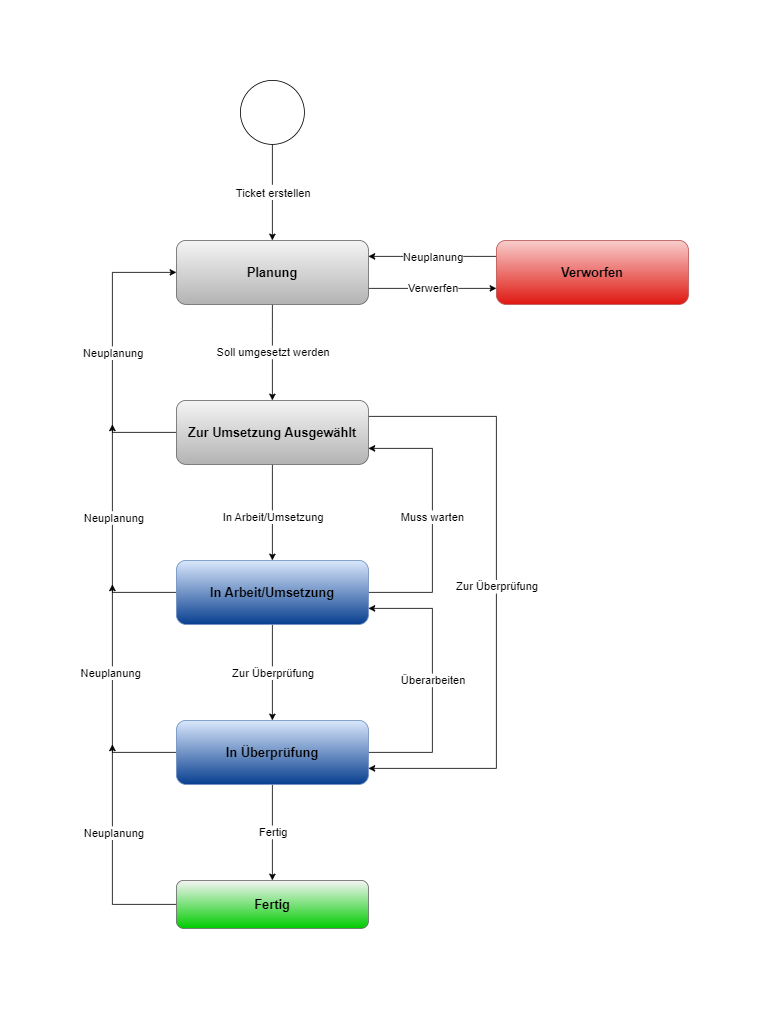
Above: deliverables/Jira_Workflow_-_Bike_sharing_-_grafik.png in sebastiangeiger01/bikesharing (draw.io), before the change. Source tidied: cells renumbered, new cells last; positions are measured from the earlier drawing's top-left corner, leaving out a move shared by most shapes.
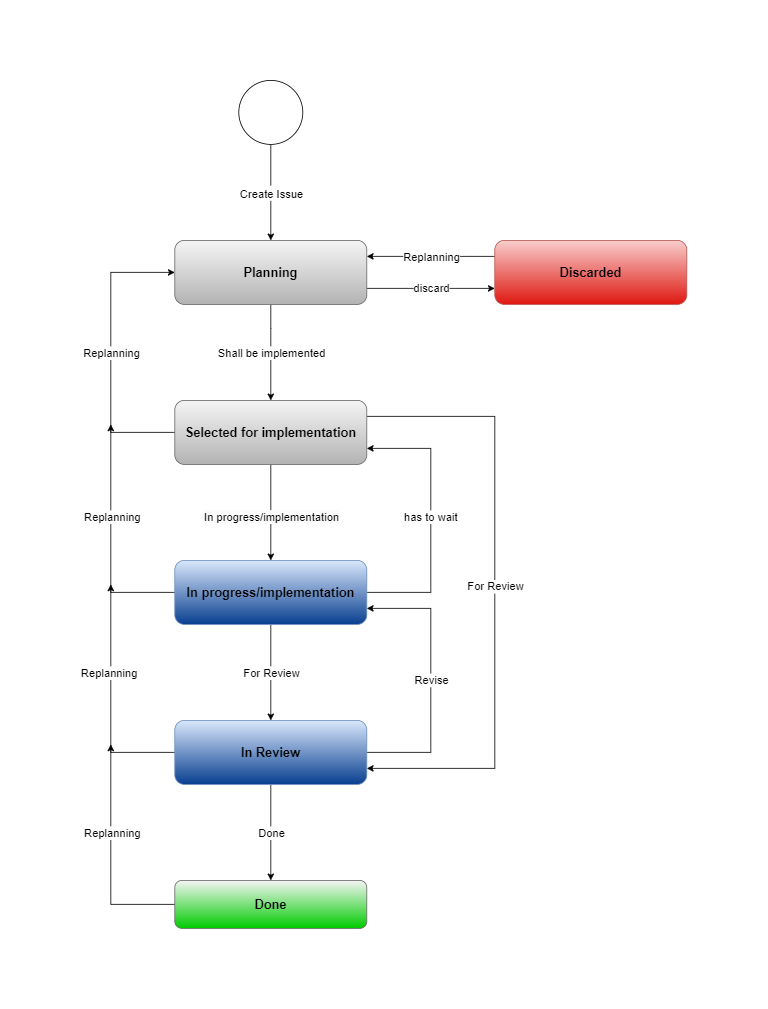
Later version of the same file.

Change to the diagram source:
```diff
@@ -5,7 +5,7 @@
     <mxCell id="2" style="edgeStyle=orthogonalEdgeStyle;rounded=0;jettySize=auto;html=1;entryX=0.5;entryY=0;entryDx=0;entryDy=0;fontSize=16;" parent="1" edge="1" source="4" target="9">
       <mxGeometry relative="1" as="geometry" />
     </mxCell>
-    <mxCell id="3" value="&lt;font style=&quot;font-size: 14px;&quot;&gt;Ticket erstellen&lt;/font&gt;" style="edgeLabel;html=1;align=center;verticalAlign=middle;fontSize=16;" parent="2" vertex="1">
+    <mxCell id="3" value="&lt;font style=&quot;font-size: 14px;&quot;&gt;Create Issue&lt;/font&gt;" style="edgeLabel;html=1;align=center;verticalAlign=middle;fontSize=16;" parent="2" vertex="1">
       <mxGeometry x="0.24" y="1" relative="1" as="geometry">
         <mxPoint x="-1" y="-15" as="offset" />
       </mxGeometry>
@@ -21,7 +21,7 @@
         </Array>
       </mxGeometry>
     </mxCell>
-    <mxCell id="6" value="Verwerfen" style="edgeLabel;html=1;align=center;verticalAlign=middle;fontSize=14;" parent="5" vertex="1">
+    <mxCell id="6" value="discard" style="edgeLabel;html=1;align=center;verticalAlign=middle;fontSize=14;" parent="5" vertex="1">
       <mxGeometry x="-0.21" y="1" relative="1" as="geometry">
         <mxPoint x="17" as="offset" />
       </mxGeometry>
@@ -34,12 +34,12 @@
         </Array>
       </mxGeometry>
     </mxCell>
-    <mxCell id="8" value="Soll umgesetzt werden" style="edgeLabel;html=1;align=center;verticalAlign=middle;fontSize=14;" parent="7" vertex="1">
+    <mxCell id="8" value="Shall be implemented" style="edgeLabel;html=1;align=center;verticalAlign=middle;fontSize=14;" parent="7" vertex="1">
       <mxGeometry x="-0.25" y="-3" relative="1" as="geometry">
         <mxPoint x="3" y="15" as="offset" />
       </mxGeometry>
     </mxCell>
-    <mxCell id="9" value="&lt;font style=&quot;font-size: 16px;&quot;&gt;&lt;b&gt;Planung&lt;/b&gt;&lt;/font&gt;" style="rounded=1;whiteSpace=wrap;html=1;fillColor=#f5f5f5;strokeColor=#666666;gradientColor=#b3b3b3;" parent="1" vertex="1">
+    <mxCell id="9" value="&lt;font style=&quot;font-size: 16px;&quot;&gt;&lt;b&gt;Planning&lt;/b&gt;&lt;/font&gt;" style="rounded=1;whiteSpace=wrap;html=1;fillColor=#f5f5f5;strokeColor=#666666;gradientColor=#b3b3b3;" parent="1" vertex="1">
       <mxGeometry x="80" y="200" width="240" height="80" as="geometry" />
     </mxCell>
     <mxCell id="10" style="edgeStyle=orthogonalEdgeStyle;rounded=0;jettySize=auto;html=1;entryX=0;entryY=0.5;entryDx=0;entryDy=0;fontSize=14;" parent="1" edge="1" source="16" target="9">
@@ -50,7 +50,7 @@
         </Array>
       </mxGeometry>
     </mxCell>
-    <mxCell id="11" value="Neuplanung" style="edgeLabel;html=1;align=center;verticalAlign=middle;fontSize=14;" parent="10" vertex="1">
+    <mxCell id="11" value="Replanning" style="edgeLabel;html=1;align=center;verticalAlign=middle;fontSize=14;" parent="10" vertex="1">
       <mxGeometry x="-0.11" relative="1" as="geometry">
         <mxPoint y="-20" as="offset" />
       </mxGeometry>
@@ -58,7 +58,7 @@
     <mxCell id="12" style="edgeStyle=orthogonalEdgeStyle;rounded=0;jettySize=auto;html=1;entryX=0.5;entryY=0;entryDx=0;entryDy=0;fontSize=14;" parent="1" edge="1" source="16" target="26">
       <mxGeometry relative="1" as="geometry" />
     </mxCell>
-    <mxCell id="13" value="In Arbeit/Umsetzung" style="edgeLabel;html=1;align=center;verticalAlign=middle;fontSize=14;" parent="12" vertex="1">
+    <mxCell id="13" value="&lt;span style=&quot;border-color: var(--border-color); background-color: rgb(251, 251, 251);&quot;&gt;&lt;font style=&quot;font-size: 14px;&quot;&gt;In progress/implementation&lt;/font&gt;&lt;/span&gt;" style="edgeLabel;html=1;align=center;verticalAlign=middle;fontSize=14;" parent="12" vertex="1">
       <mxGeometry x="0.26" relative="1" as="geometry">
         <mxPoint y="-10" as="offset" />
       </mxGeometry>
@@ -71,12 +71,12 @@
         </Array>
       </mxGeometry>
     </mxCell>
-    <mxCell id="15" value="Zur Überprüfung" style="edgeLabel;html=1;align=center;verticalAlign=middle;fontSize=14;" parent="14" vertex="1">
+    <mxCell id="15" value="For Review" style="edgeLabel;html=1;align=center;verticalAlign=middle;fontSize=14;" parent="14" vertex="1">
       <mxGeometry x="-0.36" y="1" relative="1" as="geometry">
         <mxPoint x="-1" y="129" as="offset" />
       </mxGeometry>
     </mxCell>
-    <mxCell id="16" value="&lt;font style=&quot;font-size: 16px;&quot;&gt;&lt;b&gt;Zur Umsetzung Ausgewählt&lt;/b&gt;&lt;/font&gt;" style="rounded=1;whiteSpace=wrap;html=1;fillColor=#f5f5f5;gradientColor=#b3b3b3;strokeColor=#666666;" parent="1" vertex="1">
+    <mxCell id="16" value="&lt;font style=&quot;font-size: 16px;&quot;&gt;&lt;b&gt;Selected for implementation&lt;/b&gt;&lt;/font&gt;" style="rounded=1;whiteSpace=wrap;html=1;fillColor=#f5f5f5;gradientColor=#b3b3b3;strokeColor=#666666;" parent="1" vertex="1">
       <mxGeometry x="80" y="400" width="240" height="80" as="geometry" />
     </mxCell>
     <mxCell id="17" style="edgeStyle=orthogonalEdgeStyle;rounded=0;jettySize=auto;html=1;fontSize=14;" parent="1" edge="1" source="19">
@@ -84,12 +84,12 @@
         <mxPoint y="830" as="targetPoint" />
       </mxGeometry>
     </mxCell>
-    <mxCell id="18" value="Neuplanung" style="edgeLabel;html=1;align=center;verticalAlign=middle;fontSize=14;" parent="17" vertex="1">
+    <mxCell id="18" value="Replanning" style="edgeLabel;html=1;align=center;verticalAlign=middle;fontSize=14;" parent="17" vertex="1">
       <mxGeometry x="0.09" y="-1" relative="1" as="geometry">
         <mxPoint y="-17" as="offset" />
       </mxGeometry>
     </mxCell>
-    <mxCell id="19" value="&lt;b&gt;&lt;font style=&quot;font-size: 16px;&quot;&gt;Fertig&lt;/font&gt;&lt;/b&gt;" style="rounded=1;whiteSpace=wrap;html=1;fillColor=#f5f5f5;gradientColor=#00CC00;strokeColor=#666666;" parent="1" vertex="1">
+    <mxCell id="19" value="&lt;b&gt;&lt;font style=&quot;font-size: 16px;&quot;&gt;Done&lt;/font&gt;&lt;/b&gt;" style="rounded=1;whiteSpace=wrap;html=1;fillColor=#f5f5f5;gradientColor=#00CC00;strokeColor=#666666;" parent="1" vertex="1">
       <mxGeometry x="80" y="1000" width="240" height="60" as="geometry" />
     </mxCell>
     <mxCell id="20" style="edgeStyle=orthogonalEdgeStyle;rounded=0;jettySize=auto;html=1;fontSize=14;" parent="1" edge="1" source="26">
@@ -97,7 +97,7 @@
         <mxPoint y="430" as="targetPoint" />
       </mxGeometry>
     </mxCell>
-    <mxCell id="21" value="Neuplanung" style="edgeLabel;html=1;align=center;verticalAlign=middle;fontSize=14;" parent="20" vertex="1">
+    <mxCell id="21" value="Replanning" style="edgeLabel;html=1;align=center;verticalAlign=middle;fontSize=14;" parent="20" vertex="1">
       <mxGeometry x="0.16" y="-1" relative="1" as="geometry">
         <mxPoint y="-7" as="offset" />
       </mxGeometry>
@@ -105,7 +105,7 @@
     <mxCell id="22" style="edgeStyle=orthogonalEdgeStyle;rounded=0;jettySize=auto;html=1;entryX=0.5;entryY=0;entryDx=0;entryDy=0;fontSize=14;" parent="1" edge="1" source="26" target="33">
       <mxGeometry relative="1" as="geometry" />
     </mxCell>
-    <mxCell id="23" value="Zur Überprüfung" style="edgeLabel;html=1;align=center;verticalAlign=middle;fontSize=14;" parent="22" vertex="1">
+    <mxCell id="23" value="For Review" style="edgeLabel;html=1;align=center;verticalAlign=middle;fontSize=14;" parent="22" vertex="1">
       <mxGeometry x="0.23" y="-3" relative="1" as="geometry">
         <mxPoint x="3" y="-14" as="offset" />
       </mxGeometry>
@@ -118,12 +118,12 @@
         </Array>
       </mxGeometry>
     </mxCell>
-    <mxCell id="25" value="Muss warten" style="edgeLabel;html=1;align=center;verticalAlign=middle;fontSize=14;" parent="24" vertex="1">
+    <mxCell id="25" value="has to wait" style="edgeLabel;html=1;align=center;verticalAlign=middle;fontSize=14;" parent="24" vertex="1">
       <mxGeometry x="0.08" y="1" relative="1" as="geometry">
         <mxPoint y="8" as="offset" />
       </mxGeometry>
     </mxCell>
-    <mxCell id="26" value="&lt;font style=&quot;font-size: 16px;&quot;&gt;&lt;b&gt;In Arbeit/Umsetzung&lt;/b&gt;&lt;/font&gt;" style="rounded=1;whiteSpace=wrap;html=1;fillColor=#dae8fc;gradientColor=#093f90;strokeColor=#6c8ebf;" parent="1" vertex="1">
+    <mxCell id="26" value="&lt;font style=&quot;font-size: 16px;&quot;&gt;&lt;b&gt;In progress/implementation&lt;/b&gt;&lt;/font&gt;" style="rounded=1;whiteSpace=wrap;html=1;fillColor=#dae8fc;gradientColor=#093f90;strokeColor=#6c8ebf;" parent="1" vertex="1">
       <mxGeometry x="80" y="600" width="240" height="80" as="geometry" />
     </mxCell>
     <mxCell id="27" style="edgeStyle=orthogonalEdgeStyle;rounded=0;jettySize=auto;html=1;fontSize=14;" parent="1" edge="1" source="33">
@@ -131,7 +131,7 @@
         <mxPoint y="630" as="targetPoint" />
       </mxGeometry>
     </mxCell>
-    <mxCell id="28" value="Neuplanung" style="edgeLabel;html=1;align=center;verticalAlign=middle;fontSize=14;" parent="27" vertex="1">
+    <mxCell id="28" value="Replanning" style="edgeLabel;html=1;align=center;verticalAlign=middle;fontSize=14;" parent="27" vertex="1">
       <mxGeometry x="0.13" y="3" relative="1" as="geometry">
         <mxPoint y="-17" as="offset" />
       </mxGeometry>
@@ -139,7 +139,7 @@
     <mxCell id="29" style="edgeStyle=orthogonalEdgeStyle;rounded=0;jettySize=auto;html=1;entryX=0.5;entryY=0;entryDx=0;entryDy=0;fontSize=14;" parent="1" edge="1" source="33" target="19">
       <mxGeometry relative="1" as="geometry" />
     </mxCell>
-    <mxCell id="30" value="Fertig" style="edgeLabel;html=1;align=center;verticalAlign=middle;fontSize=14;" parent="29" vertex="1">
+    <mxCell id="30" value="Done" style="edgeLabel;html=1;align=center;verticalAlign=middle;fontSize=14;" parent="29" vertex="1">
       <mxGeometry x="0.26" y="-3" relative="1" as="geometry">
         <mxPoint x="3" y="-16" as="offset" />
       </mxGeometry>
@@ -154,12 +154,12 @@
         </Array>
       </mxGeometry>
     </mxCell>
-    <mxCell id="32" value="Überarbeiten" style="edgeLabel;html=1;align=center;verticalAlign=middle;fontSize=14;" parent="31" vertex="1">
+    <mxCell id="32" value="Revise" style="edgeLabel;html=1;align=center;verticalAlign=middle;fontSize=14;" parent="31" vertex="1">
       <mxGeometry x="-0.06" y="-2" relative="1" as="geometry">
         <mxPoint x="-2" y="-11" as="offset" />
       </mxGeometry>
     </mxCell>
-    <mxCell id="33" value="&lt;b&gt;&lt;font style=&quot;font-size: 16px;&quot;&gt;In Überprüfung&lt;/font&gt;&lt;/b&gt;" style="rounded=1;whiteSpace=wrap;html=1;fillColor=#dae8fc;gradientColor=#093f90;strokeColor=#6c8ebf;" parent="1" vertex="1">
+    <mxCell id="33" value="&lt;b&gt;&lt;font style=&quot;font-size: 16px;&quot;&gt;In Review&lt;/font&gt;&lt;/b&gt;" style="rounded=1;whiteSpace=wrap;html=1;fillColor=#dae8fc;gradientColor=#093f90;strokeColor=#6c8ebf;" parent="1" vertex="1">
       <mxGeometry x="80" y="800" width="240" height="80" as="geometry" />
     </mxCell>
     <mxCell id="34" style="edgeStyle=orthogonalEdgeStyle;rounded=0;jettySize=auto;html=1;entryX=1;entryY=0.25;entryDx=0;entryDy=0;fontSize=14;" parent="1" edge="1" source="36" target="9">
@@ -170,12 +170,12 @@
         </Array>
       </mxGeometry>
     </mxCell>
-    <mxCell id="35" value="Neuplanung" style="edgeLabel;html=1;align=center;verticalAlign=middle;fontSize=14;" parent="34" vertex="1">
+    <mxCell id="35" value="Replanning" style="edgeLabel;html=1;align=center;verticalAlign=middle;fontSize=14;" parent="34" vertex="1">
       <mxGeometry x="0.18" relative="1" as="geometry">
         <mxPoint x="15" as="offset" />
       </mxGeometry>
     </mxCell>
-    <mxCell id="36" value="&lt;b&gt;&lt;font style=&quot;font-size: 16px;&quot;&gt;Verworfen&lt;/font&gt;&lt;/b&gt;" style="rounded=1;whiteSpace=wrap;html=1;fillColor=#f8cecc;gradientColor=#df1811;strokeColor=#b85450;" parent="1" vertex="1">
+    <mxCell id="36" value="&lt;b&gt;&lt;font style=&quot;font-size: 16px;&quot;&gt;Discarded&lt;/font&gt;&lt;/b&gt;" style="rounded=1;whiteSpace=wrap;html=1;fillColor=#f8cecc;gradientColor=#df1811;strokeColor=#b85450;" parent="1" vertex="1">
       <mxGeometry x="480" y="200" width="240" height="80" as="geometry" />
     </mxCell>
   </root>
```
